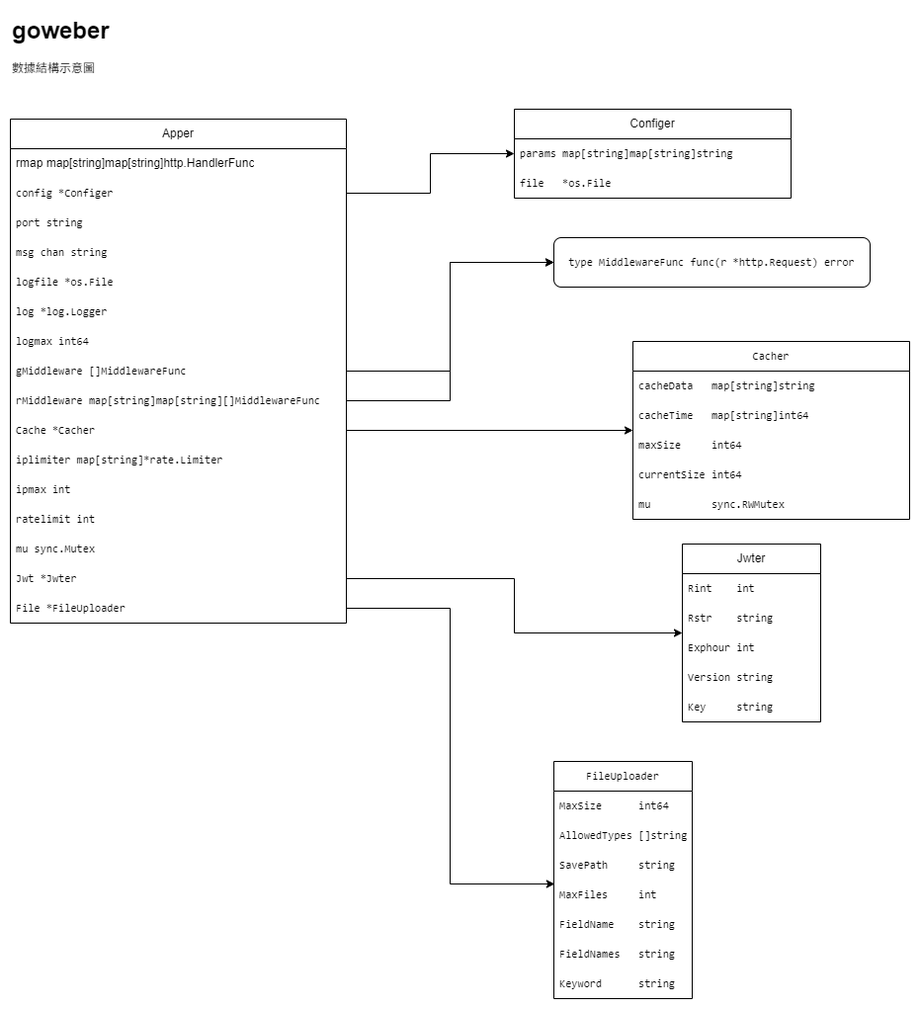
Earlier version of the draw.io export structs.drawio.png (sonkwl/goweber). Source tidied: cells renumbered, new cells last; positions are measured from the earlier drawing's top-left corner, leaving out a move shared by most shapes.
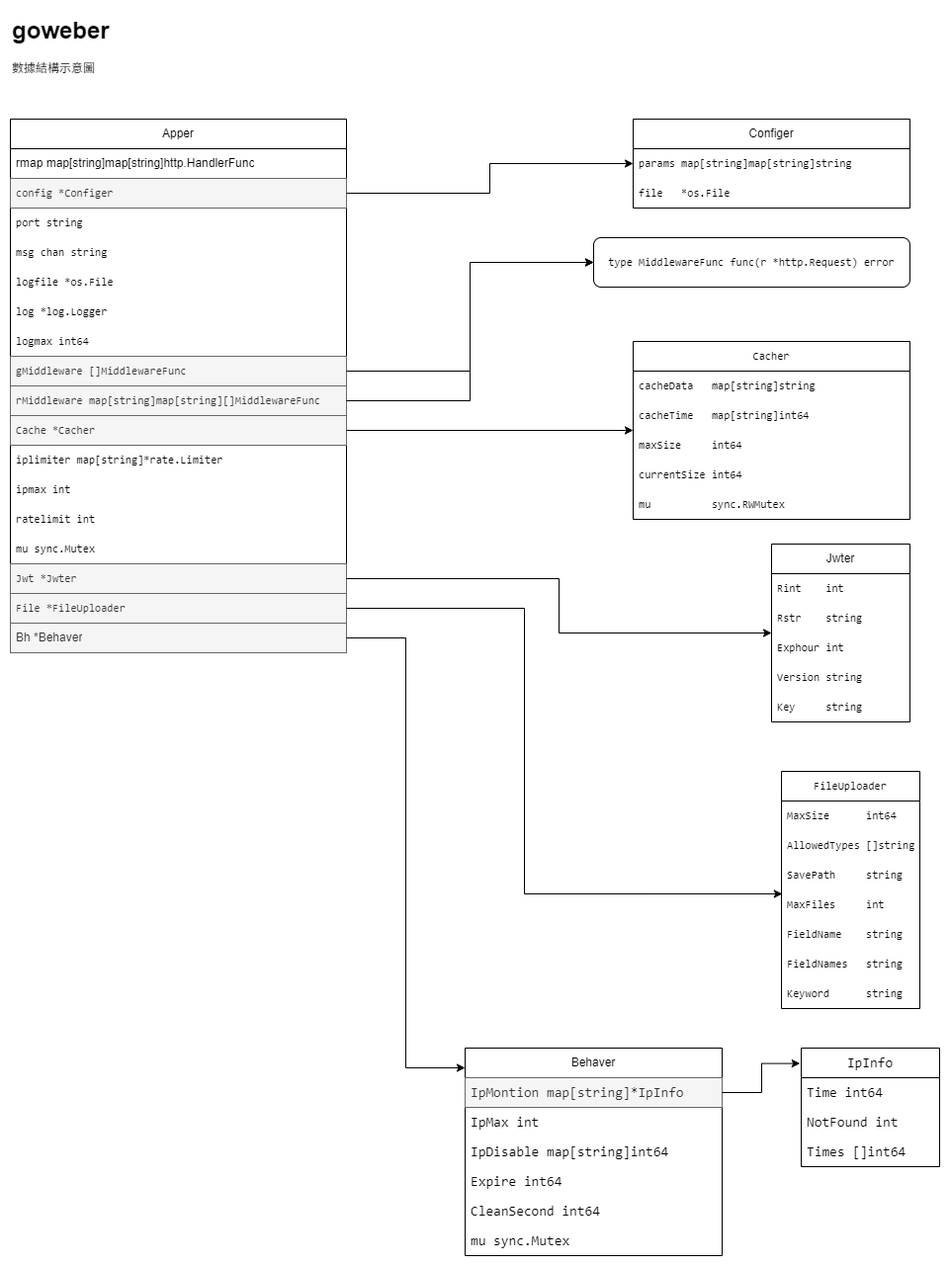
Later version of the same file.

The edit, as a diff of the source:
```diff
@@ -8,3 +8,3 @@
     <mxCell id="3" value="Apper" style="swimlane;fontStyle=0;horizontal=1;startSize=30;whiteSpace=wrap;html=1;fontColor=default;labelBackgroundColor=none;" parent="1" vertex="1">
-      <mxGeometry y="110" width="340" height="510" as="geometry" />
+      <mxGeometry y="110" width="340" height="540" as="geometry" />
     </mxCell>
@@ -13,3 +13,3 @@
     </mxCell>
-    <mxCell id="5" value="&lt;div style=&quot;font-family: Consolas, Consolas, &amp;quot;Courier New&amp;quot;, monospace; font-size: 11.2px; line-height: 15px; white-space: pre;&quot;&gt;&lt;div style=&quot;font-size: 11.2px; line-height: 15px;&quot;&gt;config *&lt;span style=&quot;&quot;&gt;Configer&lt;/span&gt;&lt;/div&gt;&lt;/div&gt;" style="text;align=left;verticalAlign=middle;spacingLeft=4;spacingRight=4;overflow=hidden;points=[[0,0.5],[1,0.5]];portConstraint=eastwest;whiteSpace=wrap;html=1;fillColor=none;fontColor=default;labelBackgroundColor=none;" parent="3" vertex="1">
+    <mxCell id="5" value="&lt;div style=&quot;font-family: Consolas, Consolas, &amp;quot;Courier New&amp;quot;, monospace; font-size: 11.2px; line-height: 15px; white-space: pre;&quot;&gt;&lt;div style=&quot;font-size: 11.2px; line-height: 15px;&quot;&gt;config *&lt;span style=&quot;&quot;&gt;Configer&lt;/span&gt;&lt;/div&gt;&lt;/div&gt;" style="text;align=left;verticalAlign=middle;spacingLeft=4;spacingRight=4;overflow=hidden;points=[[0,0.5],[1,0.5]];portConstraint=eastwest;whiteSpace=wrap;html=1;fillColor=#f5f5f5;fontColor=#333333;labelBackgroundColor=none;strokeColor=#666666;" parent="3" vertex="1">
       <mxGeometry y="60" width="340" height="30" as="geometry" />
@@ -31,9 +31,9 @@
     </mxCell>
-    <mxCell id="11" value="&lt;div style=&quot;font-family: Consolas, Consolas, &amp;quot;Courier New&amp;quot;, monospace; font-size: 11.2px; line-height: 15px; white-space: pre;&quot;&gt;gMiddleware &lt;span style=&quot;&quot;&gt;[]&lt;/span&gt;&lt;span style=&quot;&quot;&gt;MiddlewareFunc&lt;/span&gt;&lt;/div&gt;" style="text;strokeColor=none;fillColor=none;align=left;verticalAlign=middle;spacingLeft=4;spacingRight=4;overflow=hidden;points=[[0,0.5],[1,0.5]];portConstraint=eastwest;whiteSpace=wrap;html=1;fontColor=default;labelBackgroundColor=none;" parent="3" vertex="1">
+    <mxCell id="11" value="&lt;div style=&quot;font-family: Consolas, Consolas, &amp;quot;Courier New&amp;quot;, monospace; font-size: 11.2px; line-height: 15px; white-space: pre;&quot;&gt;gMiddleware &lt;span style=&quot;&quot;&gt;[]&lt;/span&gt;&lt;span style=&quot;&quot;&gt;MiddlewareFunc&lt;/span&gt;&lt;/div&gt;" style="text;strokeColor=#666666;fillColor=#f5f5f5;align=left;verticalAlign=middle;spacingLeft=4;spacingRight=4;overflow=hidden;points=[[0,0.5],[1,0.5]];portConstraint=eastwest;whiteSpace=wrap;html=1;fontColor=#333333;labelBackgroundColor=none;" parent="3" vertex="1">
       <mxGeometry y="240" width="340" height="30" as="geometry" />
     </mxCell>
-    <mxCell id="12" value="&lt;div style=&quot;font-family: Consolas, Consolas, &amp;quot;Courier New&amp;quot;, monospace; font-size: 11.2px; line-height: 15px; white-space: pre;&quot;&gt;rMiddleware map&lt;span style=&quot;&quot;&gt;[&lt;/span&gt;string&lt;span style=&quot;&quot;&gt;]&lt;/span&gt;map&lt;span style=&quot;&quot;&gt;[&lt;/span&gt;string&lt;span style=&quot;&quot;&gt;][]&lt;/span&gt;&lt;span style=&quot;&quot;&gt;MiddlewareFunc&lt;/span&gt;&lt;/div&gt;" style="text;strokeColor=none;fillColor=none;align=left;verticalAlign=middle;spacingLeft=4;spacingRight=4;overflow=hidden;points=[[0,0.5],[1,0.5]];portConstraint=eastwest;whiteSpace=wrap;html=1;fontColor=default;labelBackgroundColor=none;" parent="3" vertex="1">
+    <mxCell id="12" value="&lt;div style=&quot;font-family: Consolas, Consolas, &amp;quot;Courier New&amp;quot;, monospace; font-size: 11.2px; line-height: 15px; white-space: pre;&quot;&gt;rMiddleware map&lt;span style=&quot;&quot;&gt;[&lt;/span&gt;string&lt;span style=&quot;&quot;&gt;]&lt;/span&gt;map&lt;span style=&quot;&quot;&gt;[&lt;/span&gt;string&lt;span style=&quot;&quot;&gt;][]&lt;/span&gt;&lt;span style=&quot;&quot;&gt;MiddlewareFunc&lt;/span&gt;&lt;/div&gt;" style="text;strokeColor=#666666;fillColor=#f5f5f5;align=left;verticalAlign=middle;spacingLeft=4;spacingRight=4;overflow=hidden;points=[[0,0.5],[1,0.5]];portConstraint=eastwest;whiteSpace=wrap;html=1;fontColor=#333333;labelBackgroundColor=none;" parent="3" vertex="1">
       <mxGeometry y="270" width="340" height="30" as="geometry" />
     </mxCell>
-    <mxCell id="13" value="&lt;div style=&quot;font-family: Consolas, Consolas, &amp;quot;Courier New&amp;quot;, monospace; font-size: 11.2px; line-height: 15px; white-space: pre;&quot;&gt;Cache *&lt;span style=&quot;&quot;&gt;Cacher&lt;/span&gt;&lt;/div&gt;" style="text;strokeColor=none;fillColor=none;align=left;verticalAlign=middle;spacingLeft=4;spacingRight=4;overflow=hidden;points=[[0,0.5],[1,0.5]];portConstraint=eastwest;whiteSpace=wrap;html=1;fontColor=default;labelBackgroundColor=none;" parent="3" vertex="1">
+    <mxCell id="13" value="&lt;div style=&quot;font-family: Consolas, Consolas, &amp;quot;Courier New&amp;quot;, monospace; font-size: 11.2px; line-height: 15px; white-space: pre;&quot;&gt;Cache *&lt;span style=&quot;&quot;&gt;Cacher&lt;/span&gt;&lt;/div&gt;" style="text;strokeColor=#666666;fillColor=#f5f5f5;align=left;verticalAlign=middle;spacingLeft=4;spacingRight=4;overflow=hidden;points=[[0,0.5],[1,0.5]];portConstraint=eastwest;whiteSpace=wrap;html=1;fontColor=#333333;labelBackgroundColor=none;" parent="3" vertex="1">
       <mxGeometry y="300" width="340" height="30" as="geometry" />
@@ -52,10 +52,13 @@
     </mxCell>
-    <mxCell id="18" value="&lt;div style=&quot;font-family: Consolas, Consolas, &amp;quot;Courier New&amp;quot;, monospace; font-size: 11.2px; line-height: 15px; white-space: pre;&quot;&gt;Jwt *&lt;span style=&quot;&quot;&gt;Jwter&lt;/span&gt;&lt;/div&gt;" style="text;strokeColor=none;fillColor=none;align=left;verticalAlign=middle;spacingLeft=4;spacingRight=4;overflow=hidden;points=[[0,0.5],[1,0.5]];portConstraint=eastwest;whiteSpace=wrap;html=1;fontColor=default;labelBackgroundColor=none;" parent="3" vertex="1">
+    <mxCell id="18" value="&lt;div style=&quot;font-family: Consolas, Consolas, &amp;quot;Courier New&amp;quot;, monospace; font-size: 11.2px; line-height: 15px; white-space: pre;&quot;&gt;Jwt *&lt;span style=&quot;&quot;&gt;Jwter&lt;/span&gt;&lt;/div&gt;" style="text;align=left;verticalAlign=middle;spacingLeft=4;spacingRight=4;overflow=hidden;points=[[0,0.5],[1,0.5]];portConstraint=eastwest;whiteSpace=wrap;html=1;labelBackgroundColor=none;fillColor=#f5f5f5;fontColor=#333333;strokeColor=#666666;" parent="3" vertex="1">
       <mxGeometry y="450" width="340" height="30" as="geometry" />
     </mxCell>
-    <mxCell id="19" value="&lt;div style=&quot;font-family: Consolas, Consolas, &amp;quot;Courier New&amp;quot;, monospace; font-size: 11.2px; line-height: 15px; white-space: pre;&quot;&gt;File *&lt;span style=&quot;&quot;&gt;FileUploader&lt;/span&gt;&lt;/div&gt;" style="text;strokeColor=none;fillColor=none;align=left;verticalAlign=middle;spacingLeft=4;spacingRight=4;overflow=hidden;points=[[0,0.5],[1,0.5]];portConstraint=eastwest;whiteSpace=wrap;html=1;fontColor=default;labelBackgroundColor=none;" parent="3" vertex="1">
+    <mxCell id="19" value="&lt;div style=&quot;font-family: Consolas, Consolas, &amp;quot;Courier New&amp;quot;, monospace; font-size: 11.2px; line-height: 15px; white-space: pre;&quot;&gt;File *&lt;span style=&quot;&quot;&gt;FileUploader&lt;/span&gt;&lt;/div&gt;" style="text;strokeColor=#666666;fillColor=#f5f5f5;align=left;verticalAlign=middle;spacingLeft=4;spacingRight=4;overflow=hidden;points=[[0,0.5],[1,0.5]];portConstraint=eastwest;whiteSpace=wrap;html=1;fontColor=#333333;labelBackgroundColor=none;" parent="3" vertex="1">
       <mxGeometry y="480" width="340" height="30" as="geometry" />
     </mxCell>
+    <mxCell id="50" value="Bh *Behaver" style="text;strokeColor=#666666;fillColor=#f5f5f5;align=left;verticalAlign=middle;spacingLeft=4;spacingRight=4;overflow=hidden;points=[[0,0.5],[1,0.5]];portConstraint=eastwest;whiteSpace=wrap;html=1;fontColor=#333333;" parent="3" vertex="1">
+      <mxGeometry y="510" width="340" height="30" as="geometry" />
+    </mxCell>
     <mxCell id="20" value="Configer" style="swimlane;fontStyle=0;horizontal=1;startSize=30;whiteSpace=wrap;html=1;fontColor=default;labelBackgroundColor=none;" parent="1" vertex="1">
-      <mxGeometry x="510" y="100" width="280" height="90" as="geometry" />
+      <mxGeometry x="630" y="110" width="280" height="90" as="geometry" />
     </mxCell>
@@ -71,3 +74,3 @@
     <mxCell id="24" value="&lt;div style=&quot;font-family: Consolas, Consolas, &amp;quot;Courier New&amp;quot;, monospace; font-size: 11.2px; line-height: 15px; white-space: pre;&quot;&gt;type &lt;span style=&quot;&quot;&gt;MiddlewareFunc&lt;/span&gt; func&lt;span style=&quot;&quot;&gt;(&lt;/span&gt;r *&lt;span style=&quot;&quot;&gt;http&lt;/span&gt;&lt;span style=&quot;&quot;&gt;.&lt;/span&gt;&lt;span style=&quot;&quot;&gt;Request&lt;/span&gt;&lt;span style=&quot;&quot;&gt;)&lt;/span&gt; error&lt;/div&gt;" style="rounded=1;whiteSpace=wrap;html=1;labelBackgroundColor=default;fontColor=default;" parent="1" vertex="1">
-      <mxGeometry x="550" y="230" width="320" height="50" as="geometry" />
+      <mxGeometry x="590" y="230" width="320" height="50" as="geometry" />
     </mxCell>
@@ -101,3 +104,3 @@
     <mxCell id="34" value="Jwter" style="swimlane;fontStyle=0;horizontal=1;startSize=30;whiteSpace=wrap;html=1;fontColor=default;labelBackgroundColor=none;" parent="1" vertex="1">
-      <mxGeometry x="680" y="540" width="140" height="180" as="geometry" />
+      <mxGeometry x="770" y="540" width="140" height="180" as="geometry" />
     </mxCell>
@@ -122,3 +125,3 @@
     <mxCell id="41" value="&lt;div style=&quot;font-family: Consolas, Consolas, &amp;quot;Courier New&amp;quot;, monospace; font-size: 11.2px; line-height: 15px; white-space: pre;&quot;&gt;&lt;span style=&quot;&quot;&gt;FileUploader&lt;/span&gt;&lt;/div&gt;" style="swimlane;fontStyle=0;horizontal=1;startSize=30;whiteSpace=wrap;html=1;labelBackgroundColor=none;fontColor=default;" parent="1" vertex="1">
-      <mxGeometry x="550" y="760" width="140" height="240" as="geometry" />
+      <mxGeometry x="780" y="770" width="140" height="240" as="geometry" />
     </mxCell>
@@ -146,4 +149,53 @@
     <mxCell id="49" style="edgeStyle=orthogonalEdgeStyle;rounded=0;jettySize=auto;html=1;entryX=0.006;entryY=0.133;entryDx=0;entryDy=0;entryPerimeter=0;" parent="1" edge="1" source="19" target="45">
-      <mxGeometry relative="1" as="geometry" />
+      <mxGeometry relative="1" as="geometry">
+        <Array as="points">
+          <mxPoint x="520" y="605" />
+          <mxPoint x="520" y="894" />
+        </Array>
+      </mxGeometry>
     </mxCell>
+    <mxCell id="51" value="Behaver" style="swimlane;fontStyle=0;horizontal=1;startSize=30;whiteSpace=wrap;html=1;fontColor=default;labelBackgroundColor=none;" parent="1" vertex="1">
+      <mxGeometry x="460" y="1050" width="260" height="210" as="geometry" />
+    </mxCell>
+    <mxCell id="52" value="&lt;div style=&quot;font-family: Consolas, Consolas, &amp;quot;Courier New&amp;quot;, monospace; font-size: 14px; line-height: 19px; white-space: pre;&quot;&gt;IpMontion map&lt;span style=&quot;&quot;&gt;[&lt;/span&gt;string&lt;span style=&quot;&quot;&gt;]&lt;/span&gt;*&lt;span style=&quot;&quot;&gt;IpInfo&lt;/span&gt;&lt;/div&gt;" style="text;strokeColor=#666666;fillColor=#f5f5f5;align=left;verticalAlign=middle;spacingLeft=4;spacingRight=4;overflow=hidden;points=[[0,0.5],[1,0.5]];portConstraint=eastwest;whiteSpace=wrap;html=1;fontColor=#333333;labelBackgroundColor=none;" parent="51" vertex="1">
+      <mxGeometry y="30" width="260" height="30" as="geometry" />
+    </mxCell>
+    <mxCell id="53" value="&lt;div style=&quot;font-family: Consolas, Consolas, &amp;quot;Courier New&amp;quot;, monospace; font-size: 14px; line-height: 19px; white-space: pre;&quot;&gt;IpMax int&lt;/div&gt;" style="text;strokeColor=none;fillColor=none;align=left;verticalAlign=middle;spacingLeft=4;spacingRight=4;overflow=hidden;whiteSpace=wrap;html=1;fontColor=default;labelBackgroundColor=none;" parent="51" vertex="1">
+      <mxGeometry y="60" width="260" height="30" as="geometry" />
+    </mxCell>
+    <mxCell id="54" value="&lt;div style=&quot;font-family: Consolas, Consolas, &amp;quot;Courier New&amp;quot;, monospace; font-size: 14px; line-height: 19px; white-space: pre;&quot;&gt;IpDisable map&lt;span style=&quot;&quot;&gt;[&lt;/span&gt;string&lt;span style=&quot;&quot;&gt;]&lt;/span&gt;int64&lt;/div&gt;" style="text;strokeColor=none;fillColor=none;align=left;verticalAlign=middle;spacingLeft=4;spacingRight=4;overflow=hidden;whiteSpace=wrap;html=1;fontColor=default;labelBackgroundColor=none;" parent="51" vertex="1">
+      <mxGeometry y="90" width="260" height="30" as="geometry" />
+    </mxCell>
+    <mxCell id="55" value="&lt;div style=&quot;font-family: Consolas, Consolas, &amp;quot;Courier New&amp;quot;, monospace; font-size: 14px; line-height: 19px; white-space: pre;&quot;&gt;Expire int64&lt;/div&gt;" style="text;strokeColor=none;fillColor=none;align=left;verticalAlign=middle;spacingLeft=4;spacingRight=4;overflow=hidden;whiteSpace=wrap;html=1;fontColor=default;labelBackgroundColor=none;" parent="51" vertex="1">
+      <mxGeometry y="120" width="260" height="30" as="geometry" />
+    </mxCell>
+    <mxCell id="56" value="&lt;div style=&quot;font-family: Consolas, Consolas, &amp;quot;Courier New&amp;quot;, monospace; font-size: 14px; line-height: 19px; white-space: pre;&quot;&gt;CleanSecond int64&lt;/div&gt;" style="text;strokeColor=none;fillColor=none;align=left;verticalAlign=middle;spacingLeft=4;spacingRight=4;overflow=hidden;whiteSpace=wrap;html=1;fontColor=default;labelBackgroundColor=none;" parent="51" vertex="1">
+      <mxGeometry y="150" width="260" height="30" as="geometry" />
+    </mxCell>
+    <mxCell id="57" value="&lt;div style=&quot;font-family: Consolas, Consolas, &amp;quot;Courier New&amp;quot;, monospace; font-size: 14px; line-height: 19px; white-space: pre;&quot;&gt;mu &lt;span style=&quot;&quot;&gt;sync&lt;/span&gt;&lt;span style=&quot;&quot;&gt;.&lt;/span&gt;&lt;span style=&quot;&quot;&gt;Mutex&lt;/span&gt;&lt;/div&gt;" style="text;strokeColor=none;fillColor=none;align=left;verticalAlign=middle;spacingLeft=4;spacingRight=4;overflow=hidden;whiteSpace=wrap;html=1;fontColor=default;labelBackgroundColor=none;" parent="51" vertex="1">
+      <mxGeometry y="180" width="260" height="30" as="geometry" />
+    </mxCell>
+    <mxCell id="58" value="&lt;div style=&quot;font-family: Consolas, Consolas, &amp;quot;Courier New&amp;quot;, monospace; font-size: 14px; line-height: 19px; white-space: pre;&quot;&gt;&lt;span style=&quot;&quot;&gt;IpInfo&lt;/span&gt;&lt;/div&gt;" style="swimlane;fontStyle=0;horizontal=1;startSize=30;whiteSpace=wrap;html=1;fontColor=default;labelBackgroundColor=none;" parent="1" vertex="1">
+      <mxGeometry x="800" y="1050" width="140" height="120" as="geometry" />
+    </mxCell>
+    <mxCell id="59" value="&lt;div style=&quot;font-family: Consolas, Consolas, &amp;quot;Courier New&amp;quot;, monospace; font-size: 14px; line-height: 19px; white-space: pre;&quot;&gt;Time int64&lt;/div&gt;" style="text;strokeColor=none;fillColor=none;align=left;verticalAlign=middle;spacingLeft=4;spacingRight=4;overflow=hidden;whiteSpace=wrap;html=1;fontColor=default;labelBackgroundColor=none;" parent="58" vertex="1">
+      <mxGeometry y="30" width="140" height="30" as="geometry" />
+    </mxCell>
+    <mxCell id="60" value="&lt;div style=&quot;font-family: Consolas, Consolas, &amp;quot;Courier New&amp;quot;, monospace; font-size: 14px; line-height: 19px; white-space: pre;&quot;&gt;NotFound int&lt;/div&gt;" style="text;strokeColor=none;fillColor=none;align=left;verticalAlign=middle;spacingLeft=4;spacingRight=4;overflow=hidden;whiteSpace=wrap;html=1;fontColor=default;labelBackgroundColor=none;" parent="58" vertex="1">
+      <mxGeometry y="60" width="140" height="30" as="geometry" />
+    </mxCell>
+    <mxCell id="61" value="&lt;div style=&quot;font-family: Consolas, Consolas, &amp;quot;Courier New&amp;quot;, monospace; font-size: 14px; line-height: 19px; white-space: pre;&quot;&gt;Times &lt;span style=&quot;&quot;&gt;[]&lt;/span&gt;int64&lt;/div&gt;" style="text;strokeColor=none;fillColor=none;align=left;verticalAlign=middle;spacingLeft=4;spacingRight=4;overflow=hidden;whiteSpace=wrap;html=1;fontColor=default;labelBackgroundColor=none;" parent="58" vertex="1">
+      <mxGeometry y="90" width="140" height="30" as="geometry" />
+    </mxCell>
+    <mxCell id="62" style="edgeStyle=orthogonalEdgeStyle;rounded=0;jettySize=auto;html=1;" parent="1" edge="1" source="50" target="51">
+      <mxGeometry relative="1" as="geometry">
+        <Array as="points">
+          <mxPoint x="400" y="635" />
+          <mxPoint x="400" y="1070" />
+        </Array>
+      </mxGeometry>
+    </mxCell>
+    <mxCell id="63" style="edgeStyle=orthogonalEdgeStyle;rounded=0;jettySize=auto;html=1;entryX=-0.009;entryY=0.13;entryDx=0;entryDy=0;entryPerimeter=0;" parent="1" edge="1" source="52" target="58">
+      <mxGeometry relative="1" as="geometry" />
+    </mxCell>
   </root>
```
